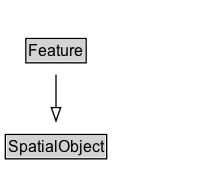
Above: docs/diagrams/Feature.dot.png in ISO-TC204/ontology-import-geo (Graphviz), before the change. Its source is kept beside it as docs/diagrams/Feature.dot.
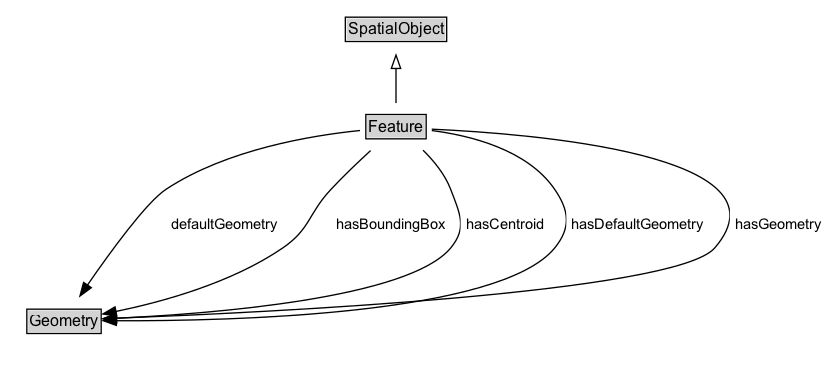
The same diagram one commit later.

The edit, as a diff of the source:
```diff
@@ -2,6 +2,10 @@
 	graph [overlap=false rankdir=TB splines=true]
 	node [fontname=Arial fontsize=12 margin=0 shape=none]
 	edge [fontname=Arial fontsize=11]
+	{
+		rank=source
+		SpatialObject [label=<<TABLE BORDER="1" CELLBORDER="0" CELLSPACING="0" CELLPADDING="1"><TR><TD BGCOLOR="lightgray" ALIGN="CENTER">SpatialObject</TD></TR></TABLE>> URL="../SpatialObject" margin=0]
+	}
 	Feature [label=<<TABLE BORDER="1" CELLBORDER="0" CELLSPACING="0" CELLPADDING="1"><TR><TD BGCOLOR="lightgray" ALIGN="CENTER">Feature</TD></TR></TABLE>> URL="../Feature" margin=0]
 	{
 		rank=max
@@ -9,7 +13,15 @@
 	subgraph cluster_associated {
 		label="" style=invis
 		Invis [label=<<TABLE BORDER="0" CELLBORDER="0" CELLSPACING="0" CELLPADDING="1"><TR><TD></TD></TR></TABLE>> margin=0 style=invis]
+		Geometry [label=<<TABLE BORDER="1" CELLBORDER="0" CELLSPACING="0" CELLPADDING="1"><TR><TD BGCOLOR="lightgray" ALIGN="CENTER">Geometry</TD></TR></TABLE>> URL="../Geometry" margin=0]
 	}
-	SpatialObject [label=<<TABLE BORDER="1" CELLBORDER="0" CELLSPACING="0" CELLPADDING="1"><TR><TD BGCOLOR="lightgray" ALIGN="CENTER">SpatialObject</TD></TR></TABLE>> URL="../SpatialObject" margin=0]
 	Feature -> SpatialObject [arrowhead=onormal style=solid]
+	Feature -> Invis [style=invis]
+	Invis -> Geometry [style=invis]
+	Geometry [label=<<TABLE BORDER="1" CELLBORDER="0" CELLSPACING="0" CELLPADDING="1"><TR><TD BGCOLOR="lightgray" ALIGN="CENTER">Geometry</TD></TR></TABLE>> URL="../Geometry" margin=0]
+	Feature -> Geometry [label=<<TABLE BORDER="0" CELLBORDER="0" CELLSPACING="0" CELLPADDING="4" BGCOLOR="white"><TR><TD ALIGN="CENTER">defaultGeometry</TD></TR></TABLE>> arrowhead=normal style=solid]
+	Feature -> Geometry [label=<<TABLE BORDER="0" CELLBORDER="0" CELLSPACING="0" CELLPADDING="4" BGCOLOR="white"><TR><TD ALIGN="CENTER">hasBoundingBox</TD></TR></TABLE>> arrowhead=normal style=solid]
+	Feature -> Geometry [label=<<TABLE BORDER="0" CELLBORDER="0" CELLSPACING="0" CELLPADDING="4" BGCOLOR="white"><TR><TD ALIGN="CENTER">hasCentroid</TD></TR></TABLE>> arrowhead=normal style=solid]
+	Feature -> Geometry [label=<<TABLE BORDER="0" CELLBORDER="0" CELLSPACING="0" CELLPADDING="4" BGCOLOR="white"><TR><TD ALIGN="CENTER">hasDefaultGeometry</TD></TR></TABLE>> arrowhead=normal style=solid]
+	Feature -> Geometry [label=<<TABLE BORDER="0" CELLBORDER="0" CELLSPACING="0" CELLPADDING="4" BGCOLOR="white"><TR><TD ALIGN="CENTER">hasGeometry</TD></TR></TABLE>> arrowhead=normal style=solid]
 }
```
